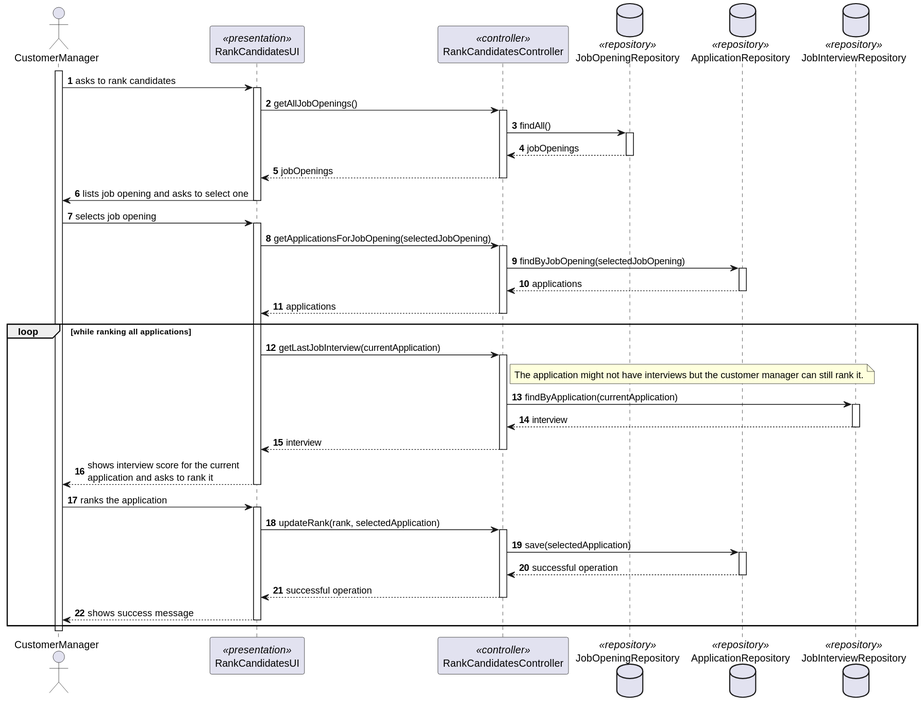
The PlantUML diagram docs/SprintC/rank-candidates-for-job-opening/sequence-diagram.svg in MiguelCardoso77/LAPR4, before a commit.
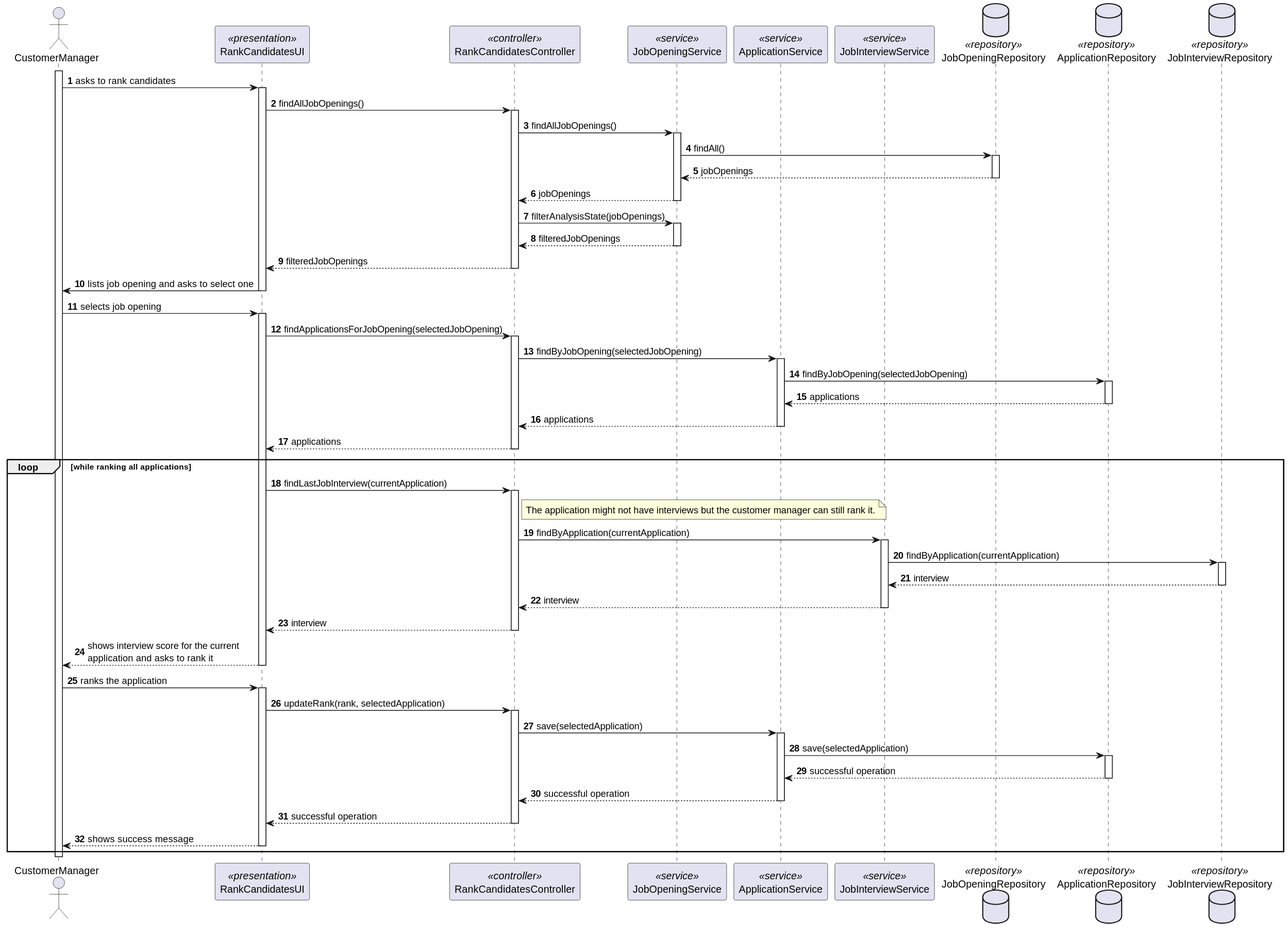
After the change.

The edit, as a diff of the source:
```diff
@@ -5,6 +5,10 @@
 
 participant RankCandidatesUI <<presentation>>
 participant RankCandidatesController <<controller>>
+
+participant JobOpeningService <<service>>
+participant ApplicationService <<service>>
+participant JobInterviewService <<service>>
 
 database JobOpeningRepository <<repository>>
 database ApplicationRepository <<repository>>
@@ -15,16 +19,28 @@
     CustomerManager -> RankCandidatesUI : asks to rank candidates
     activate RankCandidatesUI
 
-        RankCandidatesUI -> RankCandidatesController : getAllJobOpenings()
+        RankCandidatesUI -> RankCandidatesController : findAllJobOpenings()
         activate RankCandidatesController
 
-            RankCandidatesController -> JobOpeningRepository : findAll()
-            activate JobOpeningRepository
+            RankCandidatesController -> JobOpeningService : findAllJobOpenings()
+            activate JobOpeningService
 
-                JobOpeningRepository --> RankCandidatesController : jobOpenings
-            deactivate JobOpeningRepository
+                 JobOpeningService -> JobOpeningRepository : findAll()
+                 activate JobOpeningRepository
 
-            RankCandidatesController --> RankCandidatesUI : jobOpenings
+                     JobOpeningRepository --> JobOpeningService : jobOpenings
+                 deactivate JobOpeningRepository
+
+                JobOpeningService --> RankCandidatesController : jobOpenings
+            deactivate JobOpeningService
+
+            RankCandidatesController -> JobOpeningService : filterAnalysisState(jobOpenings)
+            activate JobOpeningService
+
+                    JobOpeningService --> RankCandidatesController : filteredJobOpenings
+            deactivate JobOpeningService
+
+            RankCandidatesController --> RankCandidatesUI : filteredJobOpenings
         deactivate RankCandidatesController
 
         RankCandidatesUI -> CustomerManager : lists job opening and asks to select one
@@ -33,30 +49,43 @@
     CustomerManager -> RankCandidatesUI : selects job opening
     activate RankCandidatesUI
 
-        RankCandidatesUI -> RankCandidatesController : getApplicationsForJobOpening(selectedJobOpening)
+        RankCandidatesUI -> RankCandidatesController : findApplicationsForJobOpening(selectedJobOpening)
         activate RankCandidatesController
 
-            RankCandidatesController -> ApplicationRepository : findByJobOpening(selectedJobOpening)
-            activate ApplicationRepository
+            RankCandidatesController -> ApplicationService : findByJobOpening(selectedJobOpening)
+            activate ApplicationService
 
-                ApplicationRepository --> RankCandidatesController : applications
-            deactivate ApplicationRepository
+                ApplicationService -> ApplicationRepository : findByJobOpening(selectedJobOpening)
+                activate ApplicationRepository
+
+                    ApplicationRepository --> ApplicationService : applications
+                deactivate ApplicationRepository
+
+                ApplicationService --> RankCandidatesController : applications
+            deactivate ApplicationService
 
             RankCandidatesController --> RankCandidatesUI : applications
         deactivate RankCandidatesController
 
 loop while ranking all applications
 
-        RankCandidatesUI -> RankCandidatesController : getLastJobInterview(currentApplication)
+        RankCandidatesUI -> RankCandidatesController : findLastJobInterview(currentApplication)
         activate RankCandidatesController
             note right of RankCandidatesController
             The application might not have interviews but the customer manager can still rank it.
             end note
-            RankCandidatesController -> JobInterviewRepository : findByApplication(currentApplication)
-            activate JobInterviewRepository
 
-                JobInterviewRepository --> RankCandidatesController : interview
-            deactivate JobInterviewRepository
+            RankCandidatesController -> JobInterviewService : findByApplication(currentApplication)
+            activate JobInterviewService
+
+                JobInterviewService -> JobInterviewRepository : findByApplication(currentApplication)
+                activate JobInterviewRepository
+
+                    JobInterviewRepository --> JobInterviewService : interview
+                deactivate JobInterviewRepository
+
+                JobInterviewService --> RankCandidatesController : interview
+            deactivate JobInterviewService
 
             RankCandidatesController --> RankCandidatesUI : interview
         deactivate RankCandidatesController
@@ -70,11 +99,17 @@
         RankCandidatesUI -> RankCandidatesController : updateRank(rank, selectedApplication)
         activate RankCandidatesController
 
-            RankCandidatesController -> ApplicationRepository : save(selectedApplication)
-            activate ApplicationRepository
+            RankCandidatesController -> ApplicationService : save(selectedApplication)
+            activate ApplicationService
 
-                ApplicationRepository --> RankCandidatesController : successful operation
-            deactivate ApplicationRepository
+                ApplicationService -> ApplicationRepository : save(selectedApplication)
+                activate ApplicationRepository
+
+                    ApplicationRepository --> ApplicationService : successful operation
+                deactivate ApplicationRepository
+
+                ApplicationService --> RankCandidatesController : successful operation
+            deactivate ApplicationService
 
             RankCandidatesController --> RankCandidatesUI : successful operation
         deactivate RankCandidatesController
```
